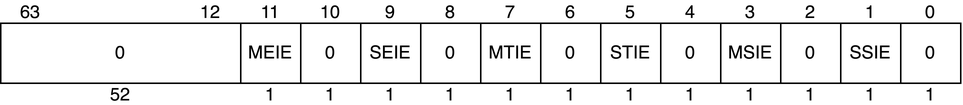
nananapo/veryl-riscv-book keeps this draw.io diagram as basic/images/21-impl-interrupt/mie.png. Above is the earlier version. Source tidied: cells renumbered, new cells last; positions are measured from the earlier drawing's top-left corner, leaving out a move shared by most shapes.
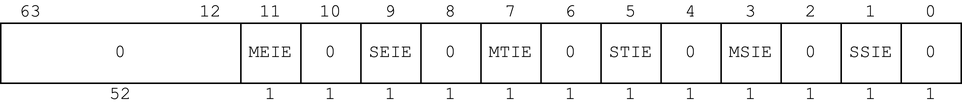
The same diagram one commit later.

The edit, as a diff of the source:
```diff
@@ -2,199 +2,199 @@
   <root>
     <mxCell id="0" />
     <mxCell id="1" parent="0" />
-    <mxCell id="2" style="rounded=0;whiteSpace=wrap;html=1;" parent="1" vertex="1">
+    <mxCell id="2" style="rounded=0;whiteSpace=wrap;html=1;fontFamily=Courier New;" parent="1" vertex="1">
       <mxGeometry y="15" width="640" height="40" as="geometry" />
     </mxCell>
-    <mxCell id="3" value="0" style="text;html=1;align=center;verticalAlign=middle;whiteSpace=wrap;rounded=0;" parent="1" vertex="1">
+    <mxCell id="3" value="0" style="text;html=1;align=center;verticalAlign=middle;whiteSpace=wrap;rounded=0;fontFamily=Courier New;" parent="1" vertex="1">
       <mxGeometry x="610" width="20" height="15" as="geometry" />
     </mxCell>
-    <mxCell id="4" value="63" style="text;html=1;align=center;verticalAlign=middle;whiteSpace=wrap;rounded=0;" parent="1" vertex="1">
+    <mxCell id="4" value="63" style="text;html=1;align=center;verticalAlign=middle;whiteSpace=wrap;rounded=0;fontFamily=Courier New;" parent="1" vertex="1">
       <mxGeometry x="10" width="20" height="15" as="geometry" />
     </mxCell>
-    <mxCell id="5" value="52" style="text;html=1;align=center;verticalAlign=middle;whiteSpace=wrap;rounded=0;" parent="1" vertex="1">
+    <mxCell id="5" value="52" style="text;html=1;align=center;verticalAlign=middle;whiteSpace=wrap;rounded=0;fontFamily=Courier New;" parent="1" vertex="1">
       <mxGeometry x="70" y="55" width="20" height="15" as="geometry" />
     </mxCell>
-    <mxCell id="6" style="endArrow=none;html=1;rounded=0;" parent="1" edge="1">
+    <mxCell id="6" style="endArrow=none;html=1;rounded=0;fontFamily=Courier New;" parent="1" edge="1">
       <mxGeometry relative="1" as="geometry">
         <mxPoint x="600" y="55" as="sourcePoint" />
         <mxPoint x="600" y="15" as="targetPoint" />
       </mxGeometry>
     </mxCell>
-    <mxCell id="7" style="endArrow=none;html=1;rounded=0;" parent="1" edge="1">
+    <mxCell id="7" style="endArrow=none;html=1;rounded=0;fontFamily=Courier New;" parent="1" edge="1">
       <mxGeometry relative="1" as="geometry">
         <mxPoint x="560" y="55" as="sourcePoint" />
         <mxPoint x="560" y="15" as="targetPoint" />
       </mxGeometry>
     </mxCell>
-    <mxCell id="8" style="endArrow=none;html=1;rounded=0;" parent="1" edge="1">
+    <mxCell id="8" style="endArrow=none;html=1;rounded=0;fontFamily=Courier New;" parent="1" edge="1">
       <mxGeometry relative="1" as="geometry">
         <mxPoint x="520" y="55" as="sourcePoint" />
         <mxPoint x="520" y="15" as="targetPoint" />
       </mxGeometry>
     </mxCell>
-    <mxCell id="9" style="endArrow=none;html=1;rounded=0;" parent="1" edge="1">
+    <mxCell id="9" style="endArrow=none;html=1;rounded=0;fontFamily=Courier New;" parent="1" edge="1">
       <mxGeometry relative="1" as="geometry">
         <mxPoint x="480" y="55" as="sourcePoint" />
         <mxPoint x="480" y="15" as="targetPoint" />
       </mxGeometry>
     </mxCell>
-    <mxCell id="10" style="endArrow=none;html=1;rounded=0;" parent="1" edge="1">
+    <mxCell id="10" style="endArrow=none;html=1;rounded=0;fontFamily=Courier New;" parent="1" edge="1">
       <mxGeometry relative="1" as="geometry">
         <mxPoint x="440" y="55" as="sourcePoint" />
         <mxPoint x="440" y="15" as="targetPoint" />
       </mxGeometry>
     </mxCell>
-    <mxCell id="11" style="endArrow=none;html=1;rounded=0;" parent="1" edge="1">
+    <mxCell id="11" style="endArrow=none;html=1;rounded=0;fontFamily=Courier New;" parent="1" edge="1">
       <mxGeometry relative="1" as="geometry">
         <mxPoint x="400" y="55" as="sourcePoint" />
         <mxPoint x="400" y="15" as="targetPoint" />
       </mxGeometry>
     </mxCell>
-    <mxCell id="12" style="endArrow=none;html=1;rounded=0;" parent="1" edge="1">
+    <mxCell id="12" style="endArrow=none;html=1;rounded=0;fontFamily=Courier New;" parent="1" edge="1">
       <mxGeometry relative="1" as="geometry">
         <mxPoint x="360" y="55" as="sourcePoint" />
         <mxPoint x="360" y="15" as="targetPoint" />
       </mxGeometry>
     </mxCell>
-    <mxCell id="13" style="endArrow=none;html=1;rounded=0;" parent="1" edge="1">
+    <mxCell id="13" style="endArrow=none;html=1;rounded=0;fontFamily=Courier New;" parent="1" edge="1">
       <mxGeometry relative="1" as="geometry">
         <mxPoint x="320" y="55" as="sourcePoint" />
         <mxPoint x="320" y="15" as="targetPoint" />
       </mxGeometry>
     </mxCell>
-    <mxCell id="14" style="endArrow=none;html=1;rounded=0;" parent="1" edge="1">
+    <mxCell id="14" style="endArrow=none;html=1;rounded=0;fontFamily=Courier New;" parent="1" edge="1">
       <mxGeometry relative="1" as="geometry">
         <mxPoint x="280" y="55" as="sourcePoint" />
         <mxPoint x="280" y="15" as="targetPoint" />
       </mxGeometry>
     </mxCell>
-    <mxCell id="15" style="endArrow=none;html=1;rounded=0;" parent="1" edge="1">
+    <mxCell id="15" style="endArrow=none;html=1;rounded=0;fontFamily=Courier New;" parent="1" edge="1">
       <mxGeometry relative="1" as="geometry">
         <mxPoint x="240" y="55" as="sourcePoint" />
         <mxPoint x="240" y="15" as="targetPoint" />
       </mxGeometry>
     </mxCell>
-    <mxCell id="16" style="endArrow=none;html=1;rounded=0;" parent="1" edge="1">
+    <mxCell id="16" style="endArrow=none;html=1;rounded=0;fontFamily=Courier New;" parent="1" edge="1">
       <mxGeometry relative="1" as="geometry">
         <mxPoint x="200" y="55" as="sourcePoint" />
         <mxPoint x="200" y="15" as="targetPoint" />
       </mxGeometry>
     </mxCell>
-    <mxCell id="17" style="endArrow=none;html=1;rounded=0;" parent="1" edge="1">
+    <mxCell id="17" style="endArrow=none;html=1;rounded=0;fontFamily=Courier New;" parent="1" edge="1">
       <mxGeometry relative="1" as="geometry">
         <mxPoint x="160" y="55" as="sourcePoint" />
         <mxPoint x="160" y="15" as="targetPoint" />
       </mxGeometry>
     </mxCell>
-    <mxCell id="18" value="1" style="text;html=1;align=center;verticalAlign=middle;whiteSpace=wrap;rounded=0;" parent="1" vertex="1">
+    <mxCell id="18" value="1" style="text;html=1;align=center;verticalAlign=middle;whiteSpace=wrap;rounded=0;fontFamily=Courier New;" parent="1" vertex="1">
       <mxGeometry x="570" width="20" height="15" as="geometry" />
     </mxCell>
-    <mxCell id="19" value="2" style="text;html=1;align=center;verticalAlign=middle;whiteSpace=wrap;rounded=0;" parent="1" vertex="1">
+    <mxCell id="19" value="2" style="text;html=1;align=center;verticalAlign=middle;whiteSpace=wrap;rounded=0;fontFamily=Courier New;" parent="1" vertex="1">
       <mxGeometry x="530" width="20" height="15" as="geometry" />
     </mxCell>
-    <mxCell id="20" value="3" style="text;html=1;align=center;verticalAlign=middle;whiteSpace=wrap;rounded=0;" parent="1" vertex="1">
+    <mxCell id="20" value="3" style="text;html=1;align=center;verticalAlign=middle;whiteSpace=wrap;rounded=0;fontFamily=Courier New;" parent="1" vertex="1">
       <mxGeometry x="490" width="20" height="15" as="geometry" />
     </mxCell>
-    <mxCell id="21" value="4" style="text;html=1;align=center;verticalAlign=middle;whiteSpace=wrap;rounded=0;" parent="1" vertex="1">
+    <mxCell id="21" value="4" style="text;html=1;align=center;verticalAlign=middle;whiteSpace=wrap;rounded=0;fontFamily=Courier New;" parent="1" vertex="1">
       <mxGeometry x="450" width="20" height="15" as="geometry" />
     </mxCell>
-    <mxCell id="22" value="5" style="text;html=1;align=center;verticalAlign=middle;whiteSpace=wrap;rounded=0;" parent="1" vertex="1">
+    <mxCell id="22" value="5" style="text;html=1;align=center;verticalAlign=middle;whiteSpace=wrap;rounded=0;fontFamily=Courier New;" parent="1" vertex="1">
       <mxGeometry x="410" width="20" height="15" as="geometry" />
     </mxCell>
-    <mxCell id="23" value="6" style="text;html=1;align=center;verticalAlign=middle;whiteSpace=wrap;rounded=0;" parent="1" vertex="1">
+    <mxCell id="23" value="6" style="text;html=1;align=center;verticalAlign=middle;whiteSpace=wrap;rounded=0;fontFamily=Courier New;" parent="1" vertex="1">
       <mxGeometry x="370" width="20" height="15" as="geometry" />
     </mxCell>
-    <mxCell id="24" value="7" style="text;html=1;align=center;verticalAlign=middle;whiteSpace=wrap;rounded=0;" parent="1" vertex="1">
+    <mxCell id="24" value="7" style="text;html=1;align=center;verticalAlign=middle;whiteSpace=wrap;rounded=0;fontFamily=Courier New;" parent="1" vertex="1">
       <mxGeometry x="330" width="20" height="15" as="geometry" />
     </mxCell>
-    <mxCell id="25" value="8" style="text;html=1;align=center;verticalAlign=middle;whiteSpace=wrap;rounded=0;" parent="1" vertex="1">
+    <mxCell id="25" value="8" style="text;html=1;align=center;verticalAlign=middle;whiteSpace=wrap;rounded=0;fontFamily=Courier New;" parent="1" vertex="1">
       <mxGeometry x="290" width="20" height="15" as="geometry" />
     </mxCell>
-    <mxCell id="26" value="9" style="text;html=1;align=center;verticalAlign=middle;whiteSpace=wrap;rounded=0;" parent="1" vertex="1">
+    <mxCell id="26" value="9" style="text;html=1;align=center;verticalAlign=middle;whiteSpace=wrap;rounded=0;fontFamily=Courier New;" parent="1" vertex="1">
       <mxGeometry x="250" width="20" height="15" as="geometry" />
     </mxCell>
-    <mxCell id="27" value="10" style="text;html=1;align=center;verticalAlign=middle;whiteSpace=wrap;rounded=0;" parent="1" vertex="1">
+    <mxCell id="27" value="10" style="text;html=1;align=center;verticalAlign=middle;whiteSpace=wrap;rounded=0;fontFamily=Courier New;" parent="1" vertex="1">
       <mxGeometry x="210" width="20" height="15" as="geometry" />
     </mxCell>
-    <mxCell id="28" value="11" style="text;html=1;align=center;verticalAlign=middle;whiteSpace=wrap;rounded=0;" parent="1" vertex="1">
+    <mxCell id="28" value="11" style="text;html=1;align=center;verticalAlign=middle;whiteSpace=wrap;rounded=0;fontFamily=Courier New;" parent="1" vertex="1">
       <mxGeometry x="170" width="20" height="15" as="geometry" />
     </mxCell>
-    <mxCell id="29" value="1" style="text;html=1;align=center;verticalAlign=middle;whiteSpace=wrap;rounded=0;" parent="1" vertex="1">
+    <mxCell id="29" value="1" style="text;html=1;align=center;verticalAlign=middle;whiteSpace=wrap;rounded=0;fontFamily=Courier New;" parent="1" vertex="1">
       <mxGeometry x="610" y="55" width="20" height="15" as="geometry" />
     </mxCell>
-    <mxCell id="30" value="1" style="text;html=1;align=center;verticalAlign=middle;whiteSpace=wrap;rounded=0;" parent="1" vertex="1">
+    <mxCell id="30" value="1" style="text;html=1;align=center;verticalAlign=middle;whiteSpace=wrap;rounded=0;fontFamily=Courier New;" parent="1" vertex="1">
       <mxGeometry x="570" y="55" width="20" height="15" as="geometry" />
     </mxCell>
-    <mxCell id="31" value="1" style="text;html=1;align=center;verticalAlign=middle;whiteSpace=wrap;rounded=0;" parent="1" vertex="1">
+    <mxCell id="31" value="1" style="text;html=1;align=center;verticalAlign=middle;whiteSpace=wrap;rounded=0;fontFamily=Courier New;" parent="1" vertex="1">
       <mxGeometry x="530" y="55" width="20" height="15" as="geometry" />
     </mxCell>
-    <mxCell id="32" value="1" style="text;html=1;align=center;verticalAlign=middle;whiteSpace=wrap;rounded=0;" parent="1" vertex="1">
+    <mxCell id="32" value="1" style="text;html=1;align=center;verticalAlign=middle;whiteSpace=wrap;rounded=0;fontFamily=Courier New;" parent="1" vertex="1">
       <mxGeometry x="490" y="55" width="20" height="15" as="geometry" />
     </mxCell>
-    <mxCell id="33" value="1" style="text;html=1;align=center;verticalAlign=middle;whiteSpace=wrap;rounded=0;" parent="1" vertex="1">
+    <mxCell id="33" value="1" style="text;html=1;align=center;verticalAlign=middle;whiteSpace=wrap;rounded=0;fontFamily=Courier New;" parent="1" vertex="1">
       <mxGeometry x="450" y="55" width="20" height="15" as="geometry" />
     </mxCell>
-    <mxCell id="34" value="1" style="text;html=1;align=center;verticalAlign=middle;whiteSpace=wrap;rounded=0;" parent="1" vertex="1">
+    <mxCell id="34" value="1" style="text;html=1;align=center;verticalAlign=middle;whiteSpace=wrap;rounded=0;fontFamily=Courier New;" parent="1" vertex="1">
       <mxGeometry x="410" y="55" width="20" height="15" as="geometry" />
     </mxCell>
-    <mxCell id="35" value="1" style="text;html=1;align=center;verticalAlign=middle;whiteSpace=wrap;rounded=0;" parent="1" vertex="1">
+    <mxCell id="35" value="1" style="text;html=1;align=center;verticalAlign=middle;whiteSpace=wrap;rounded=0;fontFamily=Courier New;" parent="1" vertex="1">
       <mxGeometry x="370" y="55" width="20" height="15" as="geometry" />
     </mxCell>
-    <mxCell id="36" value="1" style="text;html=1;align=center;verticalAlign=middle;whiteSpace=wrap;rounded=0;" parent="1" vertex="1">
+    <mxCell id="36" value="1" style="text;html=1;align=center;verticalAlign=middle;whiteSpace=wrap;rounded=0;fontFamily=Courier New;" parent="1" vertex="1">
       <mxGeometry x="330" y="55" width="20" height="15" as="geometry" />
     </mxCell>
-    <mxCell id="37" value="1" style="text;html=1;align=center;verticalAlign=middle;whiteSpace=wrap;rounded=0;" parent="1" vertex="1">
+    <mxCell id="37" value="1" style="text;html=1;align=center;verticalAlign=middle;whiteSpace=wrap;rounded=0;fontFamily=Courier New;" parent="1" vertex="1">
       <mxGeometry x="290" y="55" width="20" height="15" as="geometry" />
     </mxCell>
-    <mxCell id="38" value="1" style="text;html=1;align=center;verticalAlign=middle;whiteSpace=wrap;rounded=0;" parent="1" vertex="1">
+    <mxCell id="38" value="1" style="text;html=1;align=center;verticalAlign=middle;whiteSpace=wrap;rounded=0;fontFamily=Courier New;" parent="1" vertex="1">
       <mxGeometry x="250" y="55" width="20" height="15" as="geometry" />
     </mxCell>
-    <mxCell id="39" value="1" style="text;html=1;align=center;verticalAlign=middle;whiteSpace=wrap;rounded=0;" parent="1" vertex="1">
+    <mxCell id="39" value="1" style="text;html=1;align=center;verticalAlign=middle;whiteSpace=wrap;rounded=0;fontFamily=Courier New;" parent="1" vertex="1">
       <mxGeometry x="210" y="55" width="20" height="15" as="geometry" />
     </mxCell>
-    <mxCell id="40" value="1" style="text;html=1;align=center;verticalAlign=middle;whiteSpace=wrap;rounded=0;" parent="1" vertex="1">
+    <mxCell id="40" value="1" style="text;html=1;align=center;verticalAlign=middle;whiteSpace=wrap;rounded=0;fontFamily=Courier New;" parent="1" vertex="1">
       <mxGeometry x="170" y="55" width="20" height="15" as="geometry" />
     </mxCell>
-    <mxCell id="41" value="12" style="text;html=1;align=center;verticalAlign=middle;whiteSpace=wrap;rounded=0;" parent="1" vertex="1">
+    <mxCell id="41" value="12" style="text;html=1;align=center;verticalAlign=middle;whiteSpace=wrap;rounded=0;fontFamily=Courier New;" parent="1" vertex="1">
       <mxGeometry x="130" width="20" height="15" as="geometry" />
     </mxCell>
-    <mxCell id="42" value="0" style="text;html=1;align=center;verticalAlign=middle;whiteSpace=wrap;rounded=0;" parent="1" vertex="1">
+    <mxCell id="42" value="0" style="text;html=1;align=center;verticalAlign=middle;whiteSpace=wrap;rounded=0;fontFamily=Courier New;" parent="1" vertex="1">
       <mxGeometry x="70" y="27.5" width="20" height="15" as="geometry" />
     </mxCell>
-    <mxCell id="43" value="MEIE" style="text;html=1;align=center;verticalAlign=middle;whiteSpace=wrap;rounded=0;" parent="1" vertex="1">
+    <mxCell id="43" value="MEIE" style="text;html=1;align=center;verticalAlign=middle;whiteSpace=wrap;rounded=0;fontFamily=Courier New;" parent="1" vertex="1">
       <mxGeometry x="170" y="27.5" width="20" height="15" as="geometry" />
     </mxCell>
-    <mxCell id="44" value="0" style="text;html=1;align=center;verticalAlign=middle;whiteSpace=wrap;rounded=0;" parent="1" vertex="1">
+    <mxCell id="44" value="0" style="text;html=1;align=center;verticalAlign=middle;whiteSpace=wrap;rounded=0;fontFamily=Courier New;" parent="1" vertex="1">
       <mxGeometry x="210" y="27.5" width="20" height="15" as="geometry" />
     </mxCell>
-    <mxCell id="45" value="SEIE" style="text;html=1;align=center;verticalAlign=middle;whiteSpace=wrap;rounded=0;" parent="1" vertex="1">
+    <mxCell id="45" value="SEIE" style="text;html=1;align=center;verticalAlign=middle;whiteSpace=wrap;rounded=0;fontFamily=Courier New;" parent="1" vertex="1">
       <mxGeometry x="250" y="27.5" width="20" height="15" as="geometry" />
     </mxCell>
-    <mxCell id="46" value="0" style="text;html=1;align=center;verticalAlign=middle;whiteSpace=wrap;rounded=0;" parent="1" vertex="1">
+    <mxCell id="46" value="0" style="text;html=1;align=center;verticalAlign=middle;whiteSpace=wrap;rounded=0;fontFamily=Courier New;" parent="1" vertex="1">
       <mxGeometry x="290" y="27.5" width="20" height="15" as="geometry" />
     </mxCell>
-    <mxCell id="47" value="MTIE" style="text;html=1;align=center;verticalAlign=middle;whiteSpace=wrap;rounded=0;" parent="1" vertex="1">
+    <mxCell id="47" value="MTIE" style="text;html=1;align=center;verticalAlign=middle;whiteSpace=wrap;rounded=0;fontFamily=Courier New;" parent="1" vertex="1">
       <mxGeometry x="330" y="27.5" width="20" height="15" as="geometry" />
     </mxCell>
-    <mxCell id="48" value="0" style="text;html=1;align=center;verticalAlign=middle;whiteSpace=wrap;rounded=0;" parent="1" vertex="1">
+    <mxCell id="48" value="0" style="text;html=1;align=center;verticalAlign=middle;whiteSpace=wrap;rounded=0;fontFamily=Courier New;" parent="1" vertex="1">
       <mxGeometry x="370" y="27.5" width="20" height="15" as="geometry" />
     </mxCell>
-    <mxCell id="49" value="STIE" style="text;html=1;align=center;verticalAlign=middle;whiteSpace=wrap;rounded=0;" parent="1" vertex="1">
+    <mxCell id="49" value="STIE" style="text;html=1;align=center;verticalAlign=middle;whiteSpace=wrap;rounded=0;fontFamily=Courier New;" parent="1" vertex="1">
       <mxGeometry x="410" y="27.5" width="20" height="15" as="geometry" />
     </mxCell>
-    <mxCell id="50" value="0" style="text;html=1;align=center;verticalAlign=middle;whiteSpace=wrap;rounded=0;" parent="1" vertex="1">
+    <mxCell id="50" value="0" style="text;html=1;align=center;verticalAlign=middle;whiteSpace=wrap;rounded=0;fontFamily=Courier New;" parent="1" vertex="1">
       <mxGeometry x="450" y="27.5" width="20" height="15" as="geometry" />
     </mxCell>
-    <mxCell id="51" value="MSIE" style="text;html=1;align=center;verticalAlign=middle;whiteSpace=wrap;rounded=0;" parent="1" vertex="1">
+    <mxCell id="51" value="MSIE" style="text;html=1;align=center;verticalAlign=middle;whiteSpace=wrap;rounded=0;fontFamily=Courier New;" parent="1" vertex="1">
       <mxGeometry x="490" y="27.5" width="20" height="15" as="geometry" />
     </mxCell>
-    <mxCell id="52" value="0" style="text;html=1;align=center;verticalAlign=middle;whiteSpace=wrap;rounded=0;" parent="1" vertex="1">
+    <mxCell id="52" value="0" style="text;html=1;align=center;verticalAlign=middle;whiteSpace=wrap;rounded=0;fontFamily=Courier New;" parent="1" vertex="1">
       <mxGeometry x="530" y="27.5" width="20" height="15" as="geometry" />
     </mxCell>
-    <mxCell id="53" value="SSIE" style="text;html=1;align=center;verticalAlign=middle;whiteSpace=wrap;rounded=0;" parent="1" vertex="1">
+    <mxCell id="53" value="SSIE" style="text;html=1;align=center;verticalAlign=middle;whiteSpace=wrap;rounded=0;fontFamily=Courier New;" parent="1" vertex="1">
       <mxGeometry x="570" y="27.5" width="20" height="15" as="geometry" />
     </mxCell>
-    <mxCell id="54" value="0" style="text;html=1;align=center;verticalAlign=middle;whiteSpace=wrap;rounded=0;" parent="1" vertex="1">
+    <mxCell id="54" value="0" style="text;html=1;align=center;verticalAlign=middle;whiteSpace=wrap;rounded=0;fontFamily=Courier New;" parent="1" vertex="1">
       <mxGeometry x="610" y="27.5" width="20" height="15" as="geometry" />
     </mxCell>
   </root>
```
